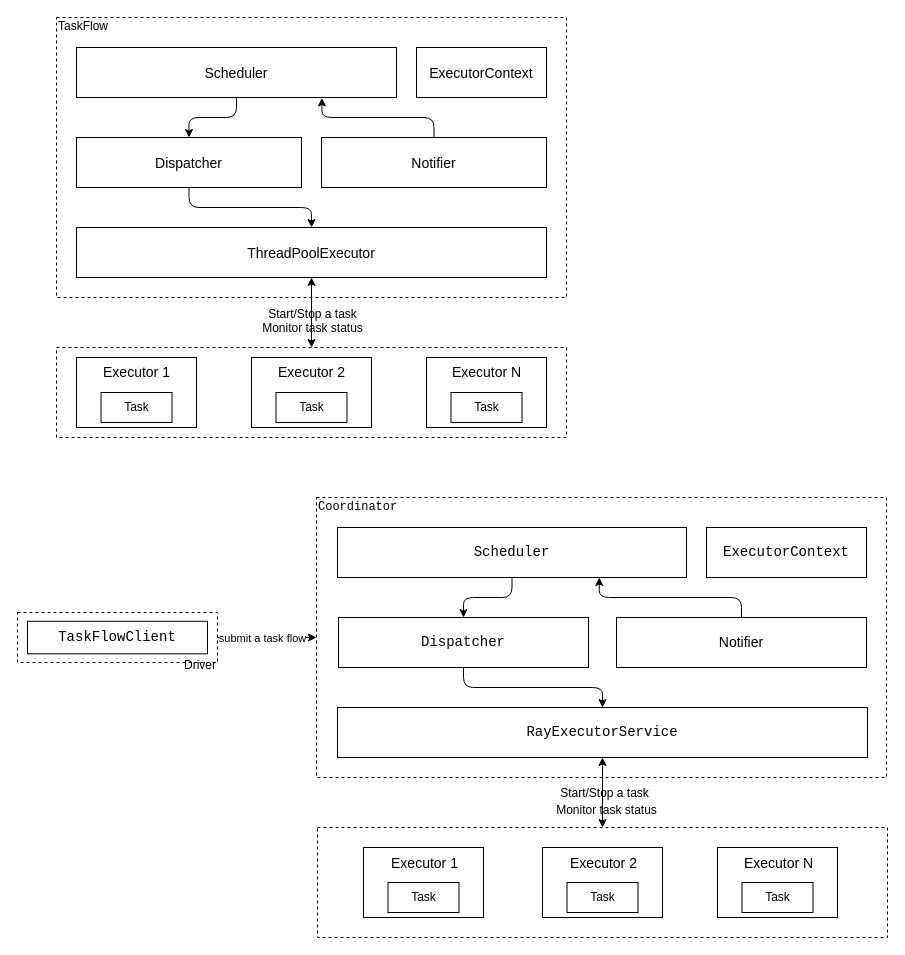
The draw.io diagram page "v1.1" (2 of 2) of graphs/TaskFlow Architecture v1.0.drawio in zhongchun/daily, before the edit. Source tidied: cells renumbered, new cells numbered last; positions are measured from the earlier drawing's top-left corner, leaving out a move shared by most shapes. Both pictures are drawn from the tidied source at 100%, with x=0, y=0 at pixel (17, 17).
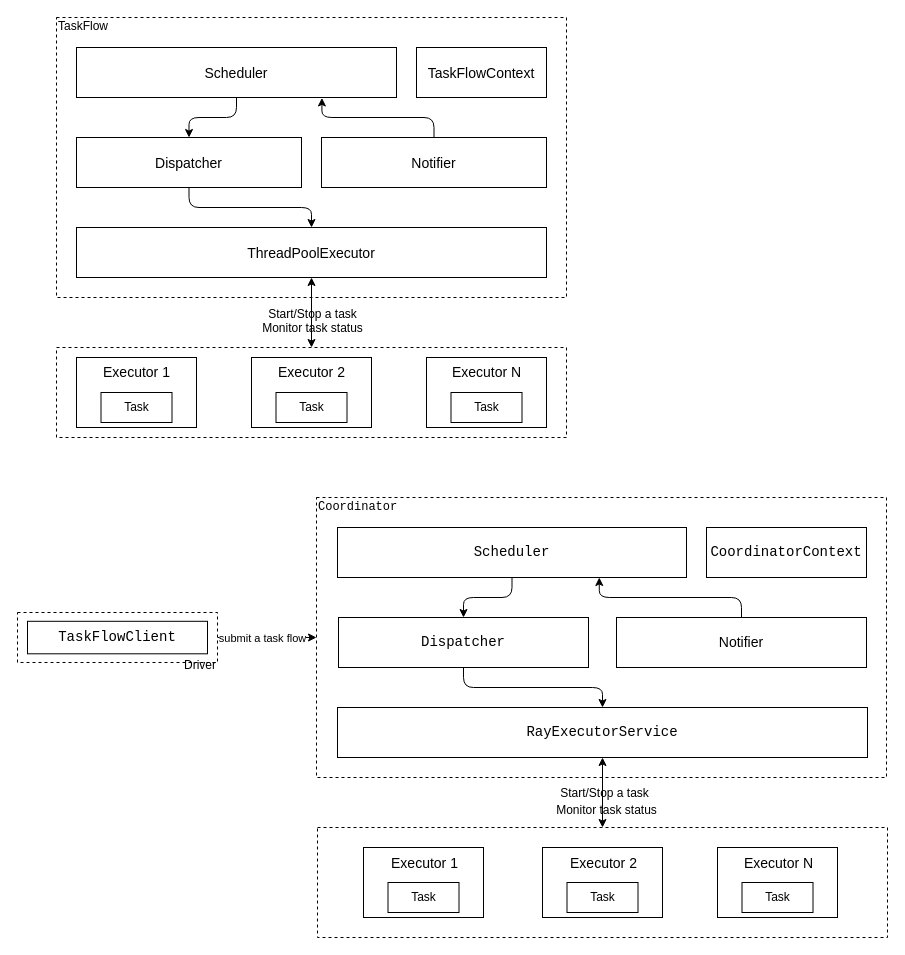
Above is the later version.

Change to the diagram source:
```diff
@@
-    <mxCell id="9" value="ExecutorContext" style="fontStyle=0;fontSize=14;" parent="1" vertex="1">
+    <mxCell id="9" value="TaskFlowContext" style="fontStyle=0;fontSize=14;" parent="1" vertex="1">
       <mxGeometry x="399" y="30" width="130" height="50" as="geometry" />
     </mxCell>
@@
-    <mxCell id="37" value="&lt;pre style=&quot;font-family: &amp;#34;meslo lg l dz for powerline&amp;#34; , monospace ; font-size: 10.5pt&quot;&gt;&lt;pre style=&quot;font-family: &amp;#34;meslo lg l dz for powerline&amp;#34; , monospace ; font-size: 10.5pt&quot;&gt;&lt;pre style=&quot;font-size: 10.5pt ; font-family: &amp;#34;meslo lg l dz for powerline&amp;#34; , monospace&quot;&gt;ExecutorContext&lt;/pre&gt;&lt;/pre&gt;&lt;/pre&gt;" style="whiteSpace=wrap;html=1;fontStyle=0;labelBackgroundColor=none;" parent="1" vertex="1">
+    <mxCell id="37" value="&lt;pre style=&quot;font-family: &amp;#34;meslo lg l dz for powerline&amp;#34; , monospace ; font-size: 10.5pt&quot;&gt;&lt;pre style=&quot;font-family: &amp;#34;meslo lg l dz for powerline&amp;#34; , monospace ; font-size: 10.5pt&quot;&gt;&lt;pre style=&quot;font-size: 10.5pt ; font-family: &amp;#34;meslo lg l dz for powerline&amp;#34; , monospace&quot;&gt;CoordinatorContext&lt;/pre&gt;&lt;/pre&gt;&lt;/pre&gt;" style="whiteSpace=wrap;html=1;fontStyle=0;labelBackgroundColor=none;" parent="1" vertex="1">
       <mxGeometry x="689" y="510" width="160" height="50" as="geometry" />
     </mxCell>
```
